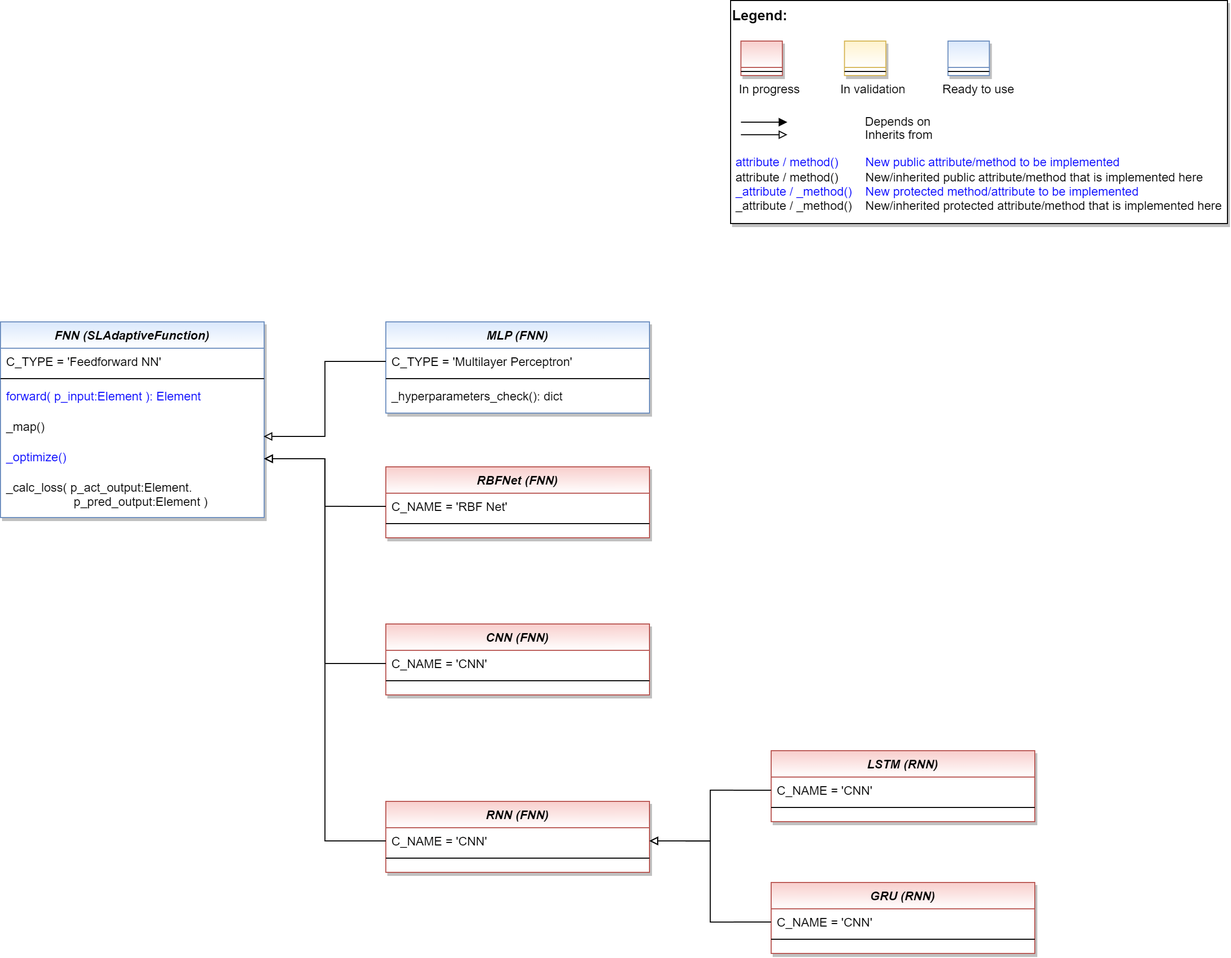
Above: doc/rtd/content/04_appendices/appendix2/sub/core/mlpro_sl/images/MLPro-SL-FNN_class_diagram.drawio.png in fhswf/MLPro (draw.io), before the change. Source tidied: cells renumbered, new cells last; positions are measured from the earlier drawing's top-left corner, leaving out a move shared by most shapes.
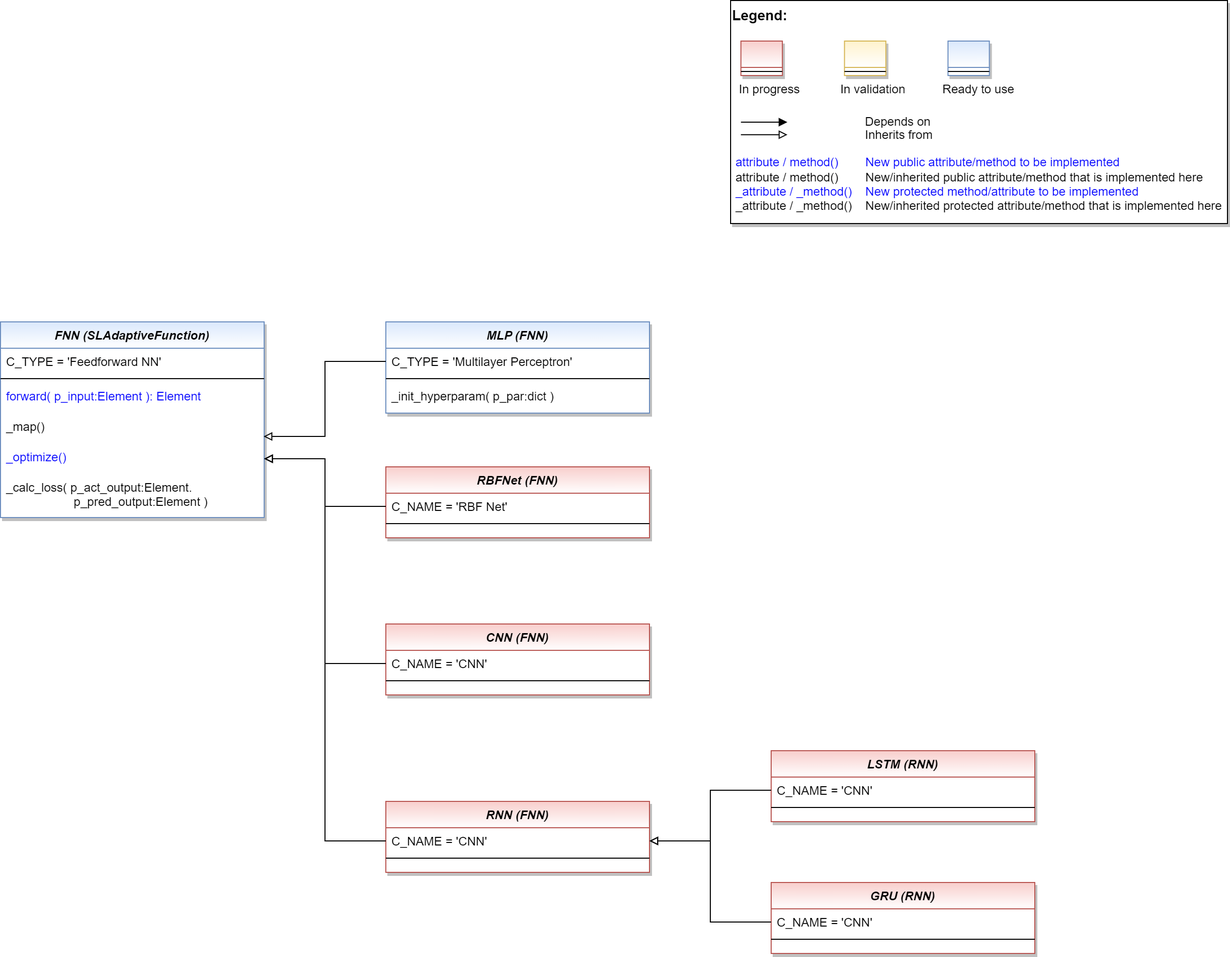
Later version of the same file.

Commit message:
updating class diagram MLPro-SL

Change to the diagram source:
```diff
@@ -73,7 +73,7 @@
     <mxCell id="21" style="line;html=1;strokeWidth=1;align=left;verticalAlign=middle;spacingTop=-1;spacingLeft=3;spacingRight=3;labelPosition=right;" parent="19" vertex="1">
       <mxGeometry y="52" width="260" height="8" as="geometry" />
     </mxCell>
-    <mxCell id="22" value="_hyperparameters_check(): dict" style="text;align=left;verticalAlign=top;spacingLeft=4;spacingRight=4;overflow=hidden;fontColor=default;" parent="19" vertex="1">
+    <mxCell id="22" value="_init_hyperparam( p_par:dict )" style="text;align=left;verticalAlign=top;spacingLeft=4;spacingRight=4;overflow=hidden;fontColor=default;" parent="19" vertex="1">
       <mxGeometry y="60" width="260" height="30" as="geometry" />
     </mxCell>
     <mxCell id="23" value="RBFNet (FNN)" style="swimlane;fontStyle=3;align=center;verticalAlign=top;horizontal=1;startSize=26;rounded=0;shadow=1;strokeWidth=1;fillColor=#f8cecc;strokeColor=#b85450;swimlaneFillColor=#ffffff;gradientColor=#ffffff;" parent="1" vertex="1">
```
